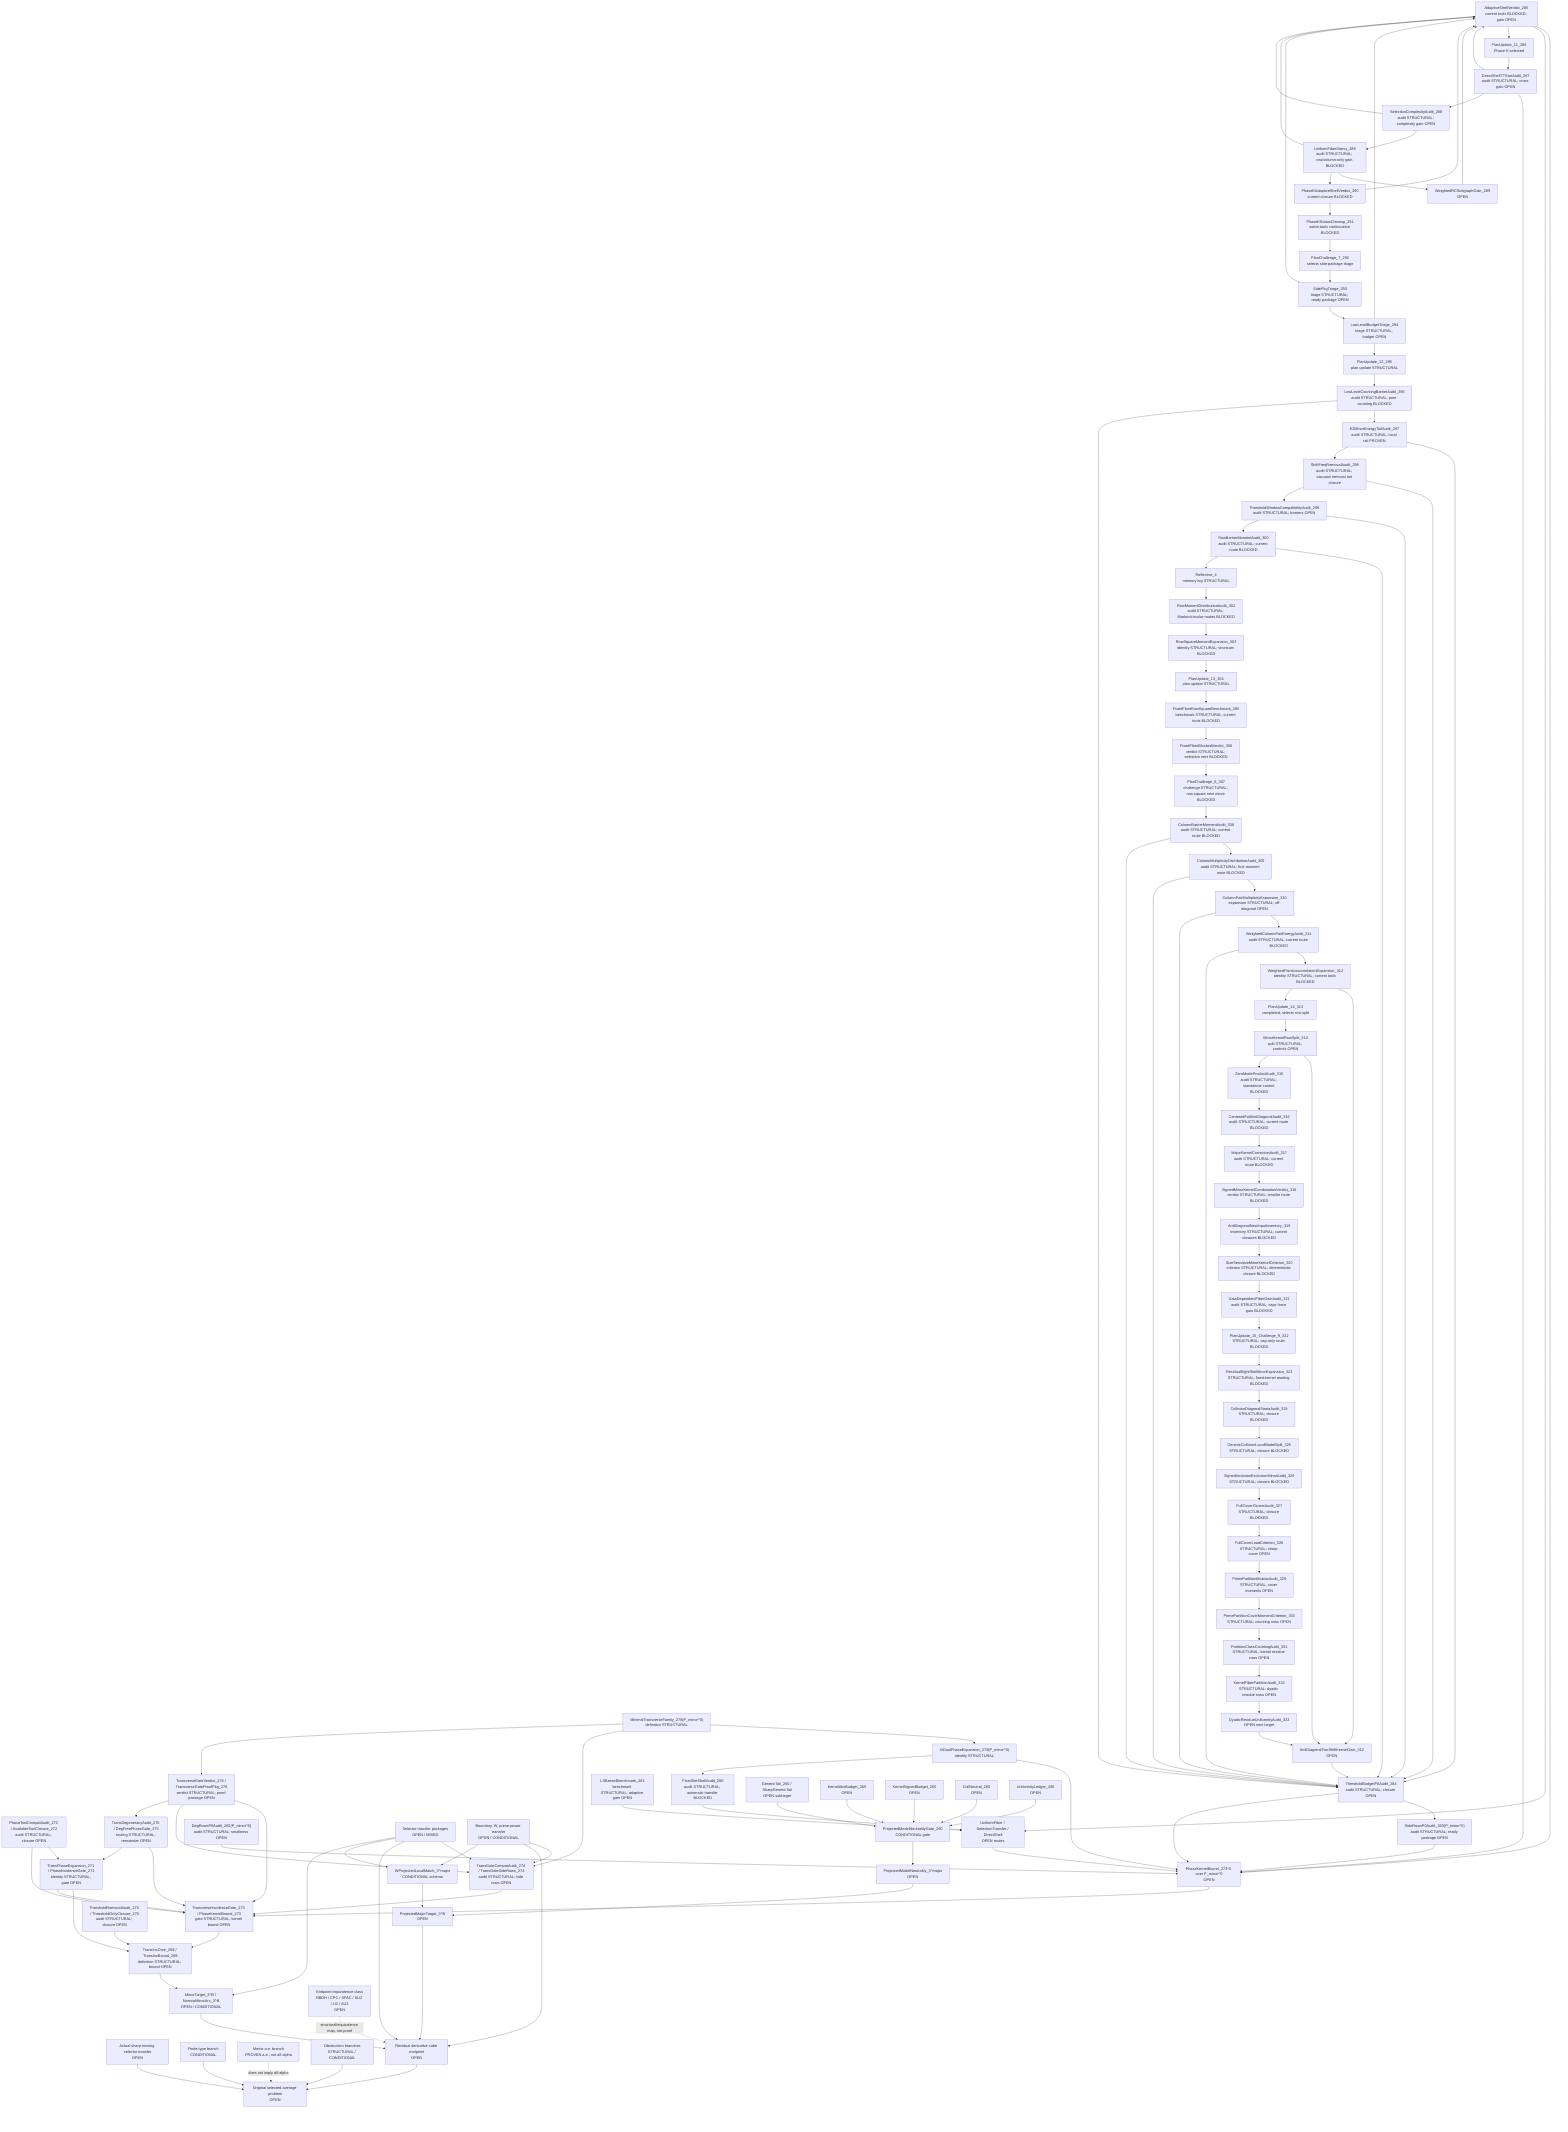
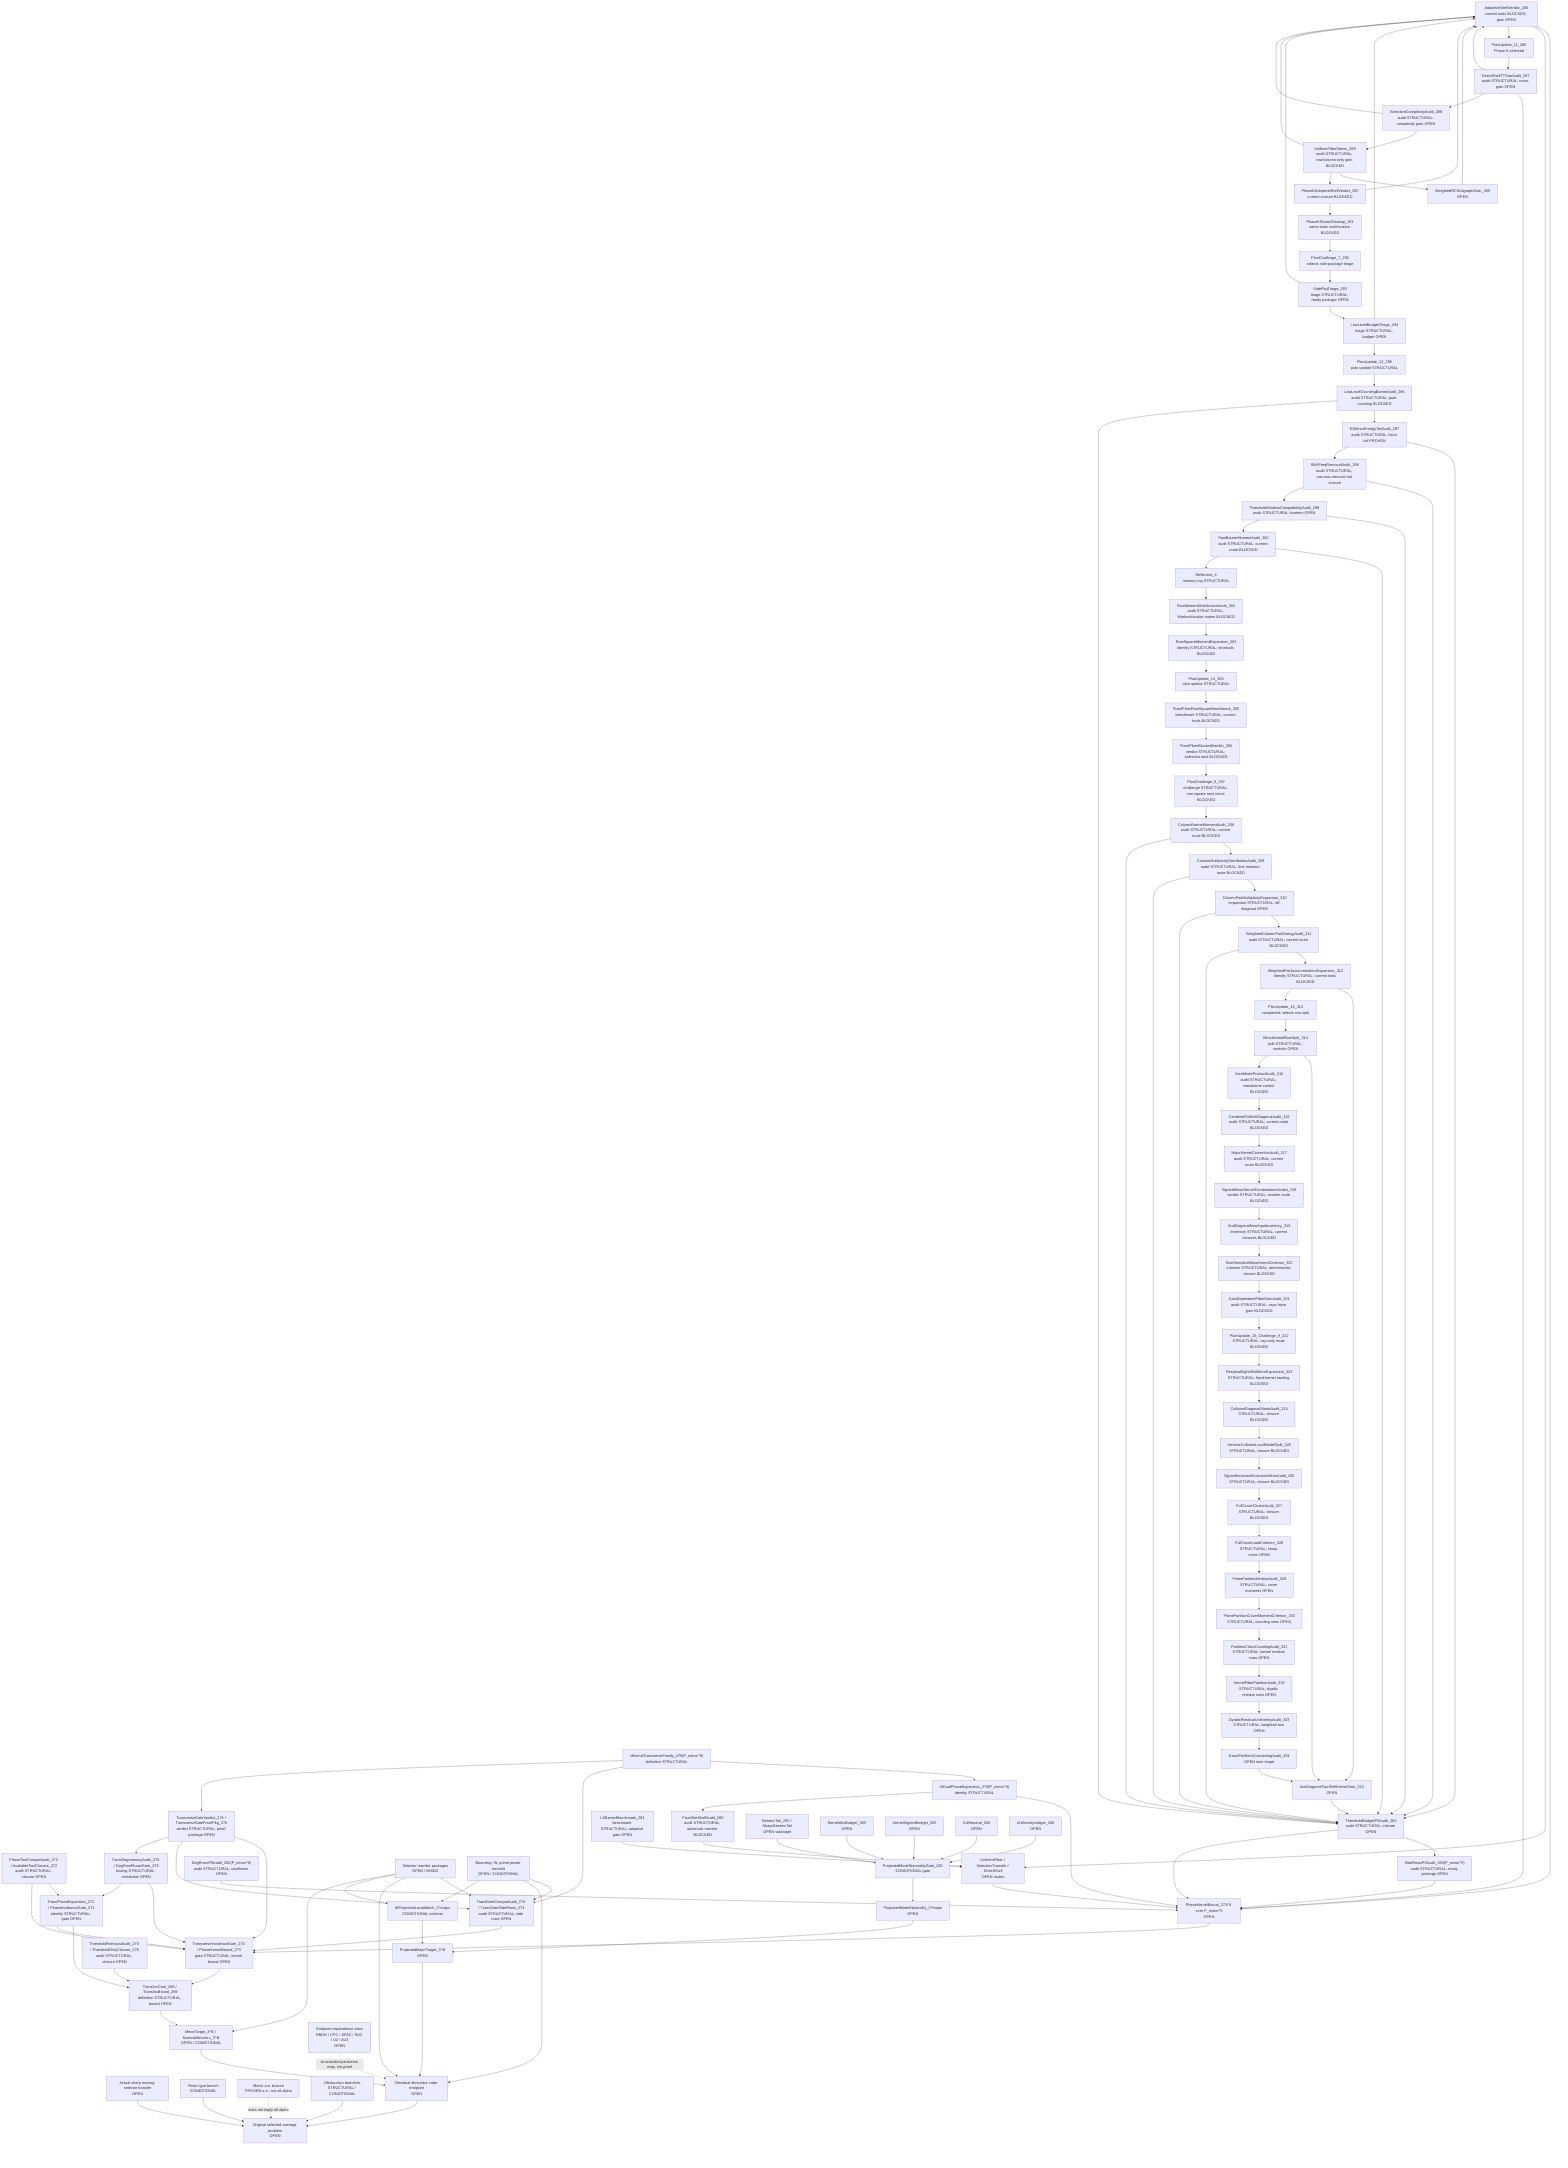
flowchart TD
  Original["Original selected-average problem<br/>OPEN"]
  SharpSel["Actual sharp moving selector transfer<br/>OPEN"]
  FiniteType["Finite-type branch<br/>CONDITIONAL"]
  Metric["Metric a.e. branch<br/>PROVEN a.e.; not all-alpha"]
  Obstruction["Obstruction branches<br/>STRUCTURAL / CONDITIONAL"]

  ResCube["Residual derivative cube endpoint<br/>OPEN"]
  MajorTarget["ProjectedMajorTarget_3^B<br/>OPEN"]
  MinorTarget["MinorTarget_3^B / NarrowMinorArc_3^B<br/>OPEN / CONDITIONAL"]
  TransInc["TransIncCore_269 / TransIncBound_269<br/>definition STRUCTURAL; bound OPEN"]
  ThresholdAudit["ThresholdRemovalAudit_270 / ThresholdOnlyClosure_270<br/>audit STRUCTURAL; closure OPEN"]
  PhaseExpansion["TransPhaseExpansion_271 / PhaseIncidenceGate_271<br/>identity STRUCTURAL; gate OPEN"]
  ToolCompat["PhaseToolCompatAudit_272 / AvailableToolClosure_272<br/>audit STRUCTURAL; closure OPEN"]
  TransGate["TransverseIncidenceGate_273 / PhaseKernelBound_273<br/>gate STRUCTURAL; kernel bound OPEN"]
  TransGateCompat["TransGateCompatAudit_274 / TransGateSideRows_274<br/>audit STRUCTURAL; side rows OPEN"]
  DegAudit["TransDegeneracyAudit_275 / DegFreePhaseGate_275<br/>routing STRUCTURAL; remainder OPEN"]
  TransVerdict["TransverseGateVerdict_276 / TransverseGateProofPkg_276<br/>verdict STRUCTURAL; proof package OPEN"]
  MinTransFamily["MinimalTransverseFamily_278(P_minor^0)<br/>definition STRUCTURAL"]
  XiExpansion["XiDualPhaseExpansion_279(P_minor^0)<br/>identity STRUCTURAL"]
  FixedShellAudit["FixedSetShellAudit_280<br/>audit STRUCTURAL; automatic transfer BLOCKED"]
  FixedShellTransfer["UniformFiber / SelectionTransfer / DirectShell<br/>OPEN routes"]
  LSBesselBench["LSBesselBenchmark_281<br/>benchmark STRUCTURAL; adaptive gain OPEN"]
  DegRowsP0["DegRowsP0Audit_282(P_minor^0)<br/>audit STRUCTURAL; smallness OPEN"]
  SideRowsP0["SideRowsP0Audit_283(P_minor^0)<br/>audit STRUCTURAL; ready package OPEN"]
  ThresholdP0["ThresholdBudgetP0Audit_284<br/>audit STRUCTURAL; closure OPEN"]
  AdaptiveShellP0["AdaptiveShellVerdict_285<br/>current tools BLOCKED; gain OPEN"]
  PlanUpdate11["PlanUpdate_11_286<br/>Phase K selected"]
  DirectTTStar["DirectShellTTStarAudit_287<br/>audit STRUCTURAL; cross gain OPEN"]
  SelectionComplexity["SelectionComplexityAudit_288<br/>audit STRUCTURAL; complexity gain OPEN"]
  UniformFiberStress["UniformFiberStress_289<br/>audit STRUCTURAL; row/column-only gain BLOCKED"]
  WeightedRCSubgraph["WeightedRCSubgraphGain_289<br/>OPEN"]
  AdaptiveVerdict290["PhaseKAdaptiveShellVerdict_290<br/>current closure BLOCKED"]
  PhaseKCleanup291["PhaseKStatusCleanup_291<br/>same-tools continuation BLOCKED"]
  PlanChallenge7["PlanChallenge_7_292<br/>selects side-package triage"]
  SidePkgTriage293["SidePkgTriage_293<br/>triage STRUCTURAL; ready package OPEN"]
  LowLevelTriage294["LowLevelBudgetTriage_294<br/>triage STRUCTURAL; budget OPEN"]
  PlanUpdate12["PlanUpdate_12_295<br/>plan update STRUCTURAL"]
  LowLevelBarrier296["LowLevelCountingBarrierAudit_296<br/>audit STRUCTURAL; pure counting BLOCKED"]
  E2Tail297["E2MinorEnergyTailAudit_297<br/>audit STRUCTURAL; local tail PROVEN"]
  ShiftFreq298["ShiftFreqRemovalAudit_298<br/>audit STRUCTURAL; vacuous removal not closure"]
  ThresholdWindow299["ThresholdWindowCompatibilityAudit_299<br/>audit STRUCTURAL; barriers OPEN"]
  RowBarrier300["RowBarrierMomentAudit_300<br/>audit STRUCTURAL; current route BLOCKED"]
  Reflective4["Reflective_4<br/>memory log STRUCTURAL"]
  RowMoment302["RowMomentDistributionAudit_302<br/>audit STRUCTURAL; Markov/circular routes BLOCKED"]
  RowSquare303["RowSquareMomentExpansion_303<br/>identity STRUCTURAL; shortcuts BLOCKED"]
  PlanUpdate13["PlanUpdate_13_304<br/>plan update STRUCTURAL"]
  FixedFiber305["FixedFiberRowSquareBenchmark_305<br/>benchmark STRUCTURAL; current tools BLOCKED"]
  FixedFiber306["FixedFiberBlockedVerdict_306<br/>verdict STRUCTURAL; selection next BLOCKED"]
  PlanChallenge8["PlanChallenge_8_307<br/>challenge STRUCTURAL; row-square next move BLOCKED"]
  ColumnBarrier308["ColumnBarrierMomentAudit_308<br/>audit STRUCTURAL; current route BLOCKED"]
  ColumnDist309["ColumnMultiplicityDistributionAudit_309<br/>audit STRUCTURAL; first-moment route BLOCKED"]
  ColumnPair310["ColumnPairMultiplicityExpansion_310<br/>expansion STRUCTURAL; off-diagonal OPEN"]
  WPair311["WeightedColumnPairEnergyAudit_311<br/>audit STRUCTURAL; current route BLOCKED"]
  AutoCorr312["WeightedPairAutocorrelationExpansion_312<br/>identity STRUCTURAL; current tools BLOCKED"]
  AntiDiag312["AntiDiagonalTwoShiftKernelGain_312<br/>OPEN"]
  PlanUpdate14["PlanUpdate_14_313<br/>completed; selects row split"]
  MinorKernel314["MinorKernelRowSplit_314<br/>split STRUCTURAL; controls OPEN"]
  ZeroAudit315["ZeroModeProductAudit_315<br/>audit STRUCTURAL; standalone control BLOCKED"]
  CenteredFull316["CenteredFullAntiDiagonalAudit_316<br/>audit STRUCTURAL; current route BLOCKED"]
  MajorCorr317["MajorKernelCorrectionAudit_317<br/>audit STRUCTURAL; current route BLOCKED"]
  SignedVerdict318["SignedMinorKernelCombinationVerdict_318<br/>verdict STRUCTURAL; smaller route BLOCKED"]
  NewInput319["AntiDiagonalNewInputInventory_319<br/>inventory STRUCTURAL; current closures BLOCKED"]
  SizeSensitive320["SizeSensitiveMinorKernelCriterion_320<br/>criterion STRUCTURAL; deterministic closure BLOCKED"]
  FiberGain321["DataDependentFiberGainAudit_321<br/>audit STRUCTURAL; caps force gain BLOCKED"]
  Plan322["PlanUpdate_15_Challenge_9_322<br/>STRUCTURAL; cap-only route BLOCKED"]
  ResidualEight323["ResidualEightSlotMinorExpansion_323<br/>STRUCTURAL; fixed-kernel reading BLOCKED"]
  Collision324["CollisionDiagonalStrataAudit_324<br/>STRUCTURAL; closure BLOCKED"]
  GenericSplit325["GenericCollisionLocalModelSplit_325<br/>STRUCTURAL; closure BLOCKED"]
  SignedIE326["SignedInclusionExclusionMinorAudit_326<br/>STRUCTURAL; closure BLOCKED"]
  FullCover327["FullCoverClusterAudit_327<br/>STRUCTURAL; closure BLOCKED"]
  CoverLoad328["FullCoverLoadCriterion_328<br/>STRUCTURAL; sharp cover OPEN"]
  PrimeMobius329["PrimePartitionMobiusAudit_329<br/>STRUCTURAL; cover moments OPEN"]
  CoverMoment330["PrimePartitionCoverMomentCriterion_330<br/>STRUCTURAL; counting rows OPEN"]
  PartitionCount331["PartitionClassCountingAudit_331<br/>STRUCTURAL; kernel residue rows OPEN"]
  KernelFiber332["KernelFiberPartitionAudit_332<br/>STRUCTURAL; dyadic residue rows OPEN"]
-   Dyadic333["DyadicResidueUniformityAudit_333<br/>OPEN next target"]
+   Dyadic333["DyadicResidueUniformityAudit_333<br/>STRUCTURAL; weighted row OPEN"]
+   Coarsening334["ExactPartitionCoarseningAudit_334<br/>OPEN next target"]
  PhaseKernel0["PhaseKernelBound_273^0 over P_minor^0<br/>OPEN"]
  SelectorTransfer["Selector transfer packages<br/>OPEN / MIXED"]
  BoundaryTransfer["Boundary, W, prime-power transfer<br/>OPEN / CONDITIONAL"]

  WLocal["WProjectedLocalMatch_3^major<br/>CONDITIONAL schema"]
  ModelNeutral["ProjectedModelNeutrality_3^major<br/>OPEN"]
  PMNGate["ProjectedModelNeutralityGate_260<br/>CONDITIONAL gate"]
  GenericTail["GenericTail_260 / SharpGenericTail<br/>OPEN subtarget"]
  KernelAbs["KernelAbsBudget_265<br/>OPEN"]
  KernelSigned["KernelSignedBudget_265<br/>OPEN"]
  CollNeutral["CollNeutral_260<br/>OPEN"]
  Uniformity["UniformityLedger_266<br/>OPEN"]

  EndpointClass["Endpoint equivalence class<br/>RBDH / CPC / SPAC / SU2 / U2 / AU3<br/>OPEN"]

  SharpSel --> Original
  FiniteType --> Original
  Obstruction --> Original
  ResCube --> Original
  Metric -. "does not imply all-alpha" .-> Original

  MajorTarget --> ResCube
  MinorTarget --> ResCube
  TransInc --> MinorTarget
  ThresholdAudit --> TransInc
  PhaseExpansion --> TransInc
  ToolCompat --> PhaseExpansion
  TransGate --> TransInc
  PhaseExpansion --> TransGate
  ToolCompat --> TransGate
  TransGateCompat --> TransGate
  SelectorTransfer --> TransGateCompat
  BoundaryTransfer --> TransGateCompat
  DegAudit --> TransGate
  DegAudit --> PhaseExpansion
  TransVerdict --> TransGate
  TransVerdict --> TransGateCompat
  TransVerdict --> DegAudit
  PhaseKernel0 --> TransGate
  MinTransFamily --> XiExpansion
  XiExpansion --> PhaseKernel0
  XiExpansion --> FixedShellAudit
  FixedShellAudit --> FixedShellTransfer
  FixedShellTransfer --> PhaseKernel0
  LSBesselBench --> FixedShellTransfer
  DegRowsP0 --> PhaseKernel0
  SideRowsP0 --> PhaseKernel0
  ThresholdP0 --> SideRowsP0
  ThresholdP0 --> PhaseKernel0
  AdaptiveShellP0 --> PhaseKernel0
  AdaptiveShellP0 --> FixedShellTransfer
  AdaptiveShellP0 --> PlanUpdate11
  PlanUpdate11 --> DirectTTStar
  DirectTTStar --> AdaptiveShellP0
  DirectTTStar --> PhaseKernel0
  DirectTTStar --> SelectionComplexity
  SelectionComplexity --> UniformFiberStress
  SelectionComplexity --> AdaptiveShellP0
  UniformFiberStress --> WeightedRCSubgraph
  WeightedRCSubgraph --> AdaptiveShellP0
  UniformFiberStress --> AdaptiveVerdict290
  UniformFiberStress --> AdaptiveShellP0
  AdaptiveVerdict290 --> AdaptiveShellP0
  AdaptiveVerdict290 --> PhaseKCleanup291
  PhaseKCleanup291 --> PlanChallenge7
  PlanChallenge7 --> SidePkgTriage293
  SidePkgTriage293 --> LowLevelTriage294
  SidePkgTriage293 --> AdaptiveShellP0
  LowLevelTriage294 --> AdaptiveShellP0
  LowLevelTriage294 --> PlanUpdate12
  PlanUpdate12 --> LowLevelBarrier296
  LowLevelBarrier296 --> E2Tail297
  LowLevelBarrier296 --> ThresholdP0
  E2Tail297 --> ThresholdP0
  E2Tail297 --> ShiftFreq298
  ShiftFreq298 --> ThresholdP0
  ShiftFreq298 --> ThresholdWindow299
  ThresholdWindow299 --> ThresholdP0
  ThresholdWindow299 --> RowBarrier300
  RowBarrier300 --> ThresholdP0
  RowBarrier300 --> Reflective4
  Reflective4 --> RowMoment302
  RowMoment302 --> RowSquare303
  RowSquare303 --> PlanUpdate13
  PlanUpdate13 --> FixedFiber305
  FixedFiber305 --> FixedFiber306
  FixedFiber306 --> PlanChallenge8
  PlanChallenge8 --> ColumnBarrier308
  ColumnBarrier308 --> ColumnDist309
  ColumnDist309 --> ColumnPair310
  ColumnPair310 --> WPair311
  WPair311 --> AutoCorr312
  AutoCorr312 --> AntiDiag312
  AntiDiag312 --> ThresholdP0
  AutoCorr312 --> PlanUpdate14
  PlanUpdate14 --> MinorKernel314
  MinorKernel314 --> AntiDiag312
  MinorKernel314 --> ZeroAudit315
  ZeroAudit315 --> CenteredFull316
  CenteredFull316 --> MajorCorr317
  MajorCorr317 --> SignedVerdict318
  SignedVerdict318 --> NewInput319
  NewInput319 --> SizeSensitive320
  SizeSensitive320 --> FiberGain321
  FiberGain321 --> Plan322
  Plan322 --> ResidualEight323
  ResidualEight323 --> Collision324
  Collision324 --> GenericSplit325
  GenericSplit325 --> SignedIE326
  SignedIE326 --> FullCover327
  FullCover327 --> CoverLoad328
  CoverLoad328 --> PrimeMobius329
  PrimeMobius329 --> CoverMoment330
  CoverMoment330 --> PartitionCount331
  PartitionCount331 --> KernelFiber332
  KernelFiber332 --> Dyadic333
-   Dyadic333 --> AntiDiag312
+   Dyadic333 --> Coarsening334
+   Coarsening334 --> AntiDiag312
  WPair311 --> ThresholdP0
  ColumnPair310 --> ThresholdP0
  ColumnDist309 --> ThresholdP0
  ColumnBarrier308 --> ThresholdP0
  MinTransFamily --> TransGateCompat
  MinTransFamily --> TransVerdict
  SelectorTransfer --> ResCube
  BoundaryTransfer --> ResCube
  EndpointClass -. "structural/equivalence map, not proof" .-> ResCube

  WLocal --> MajorTarget
  ModelNeutral --> MajorTarget

  PMNGate --> ModelNeutral
  GenericTail --> PMNGate
  KernelAbs --> PMNGate
  KernelSigned --> PMNGate
  CollNeutral --> PMNGate
  Uniformity --> PMNGate

  BoundaryTransfer --> WLocal
  SelectorTransfer --> WLocal
  SelectorTransfer --> MinorTarget
